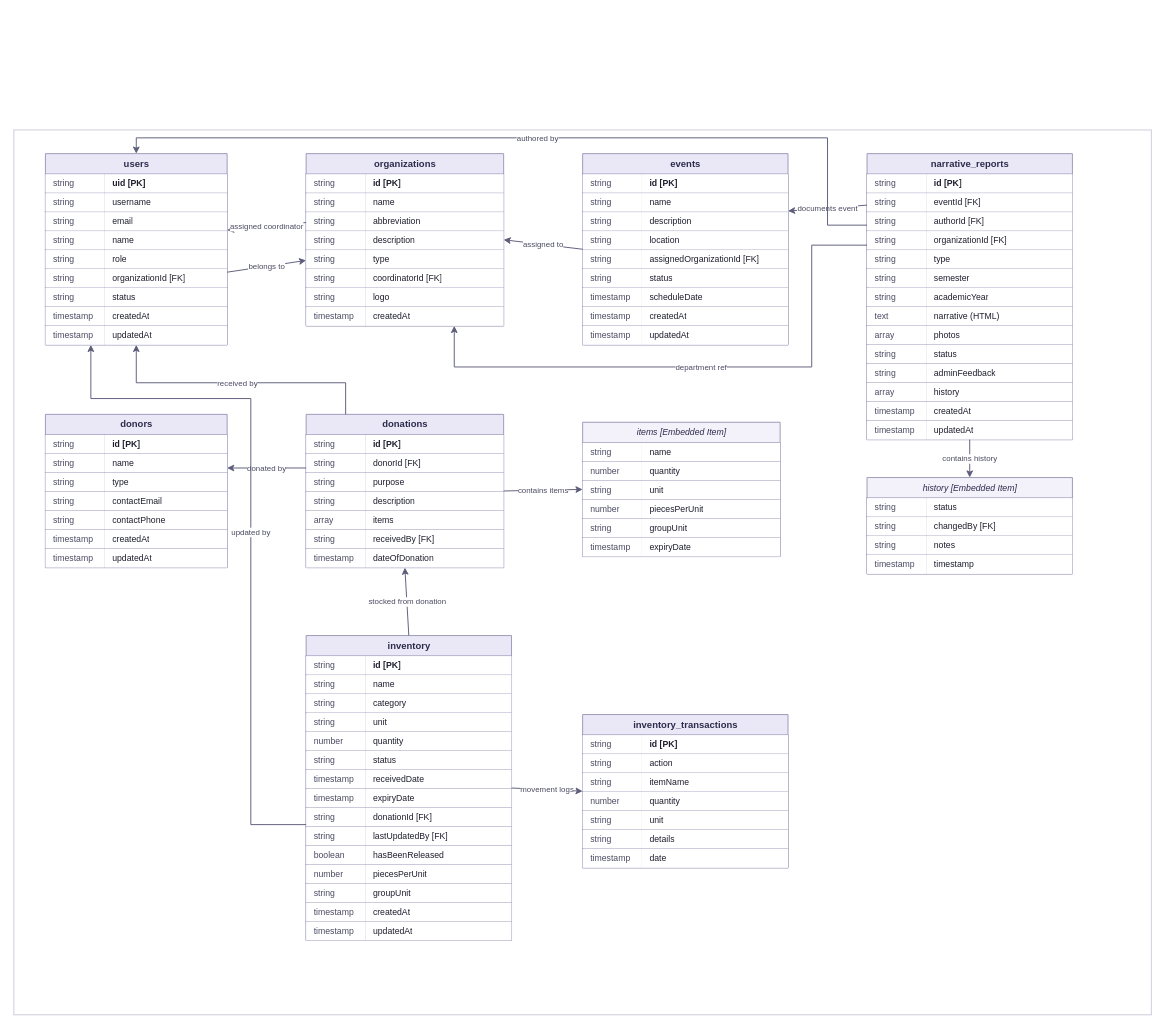
Earlier version of the draw.io diagram drawio/nosql_data_model.drawio (BenidictJustin/DESKTOP-APP). Source tidied: cells renumbered, new cells numbered last; positions are measured from the earlier drawing's top-left corner, leaving out a move shared by most shapes. Both pictures are drawn from the tidied source at 79%, with x=0, y=0 at pixel (13, 130).
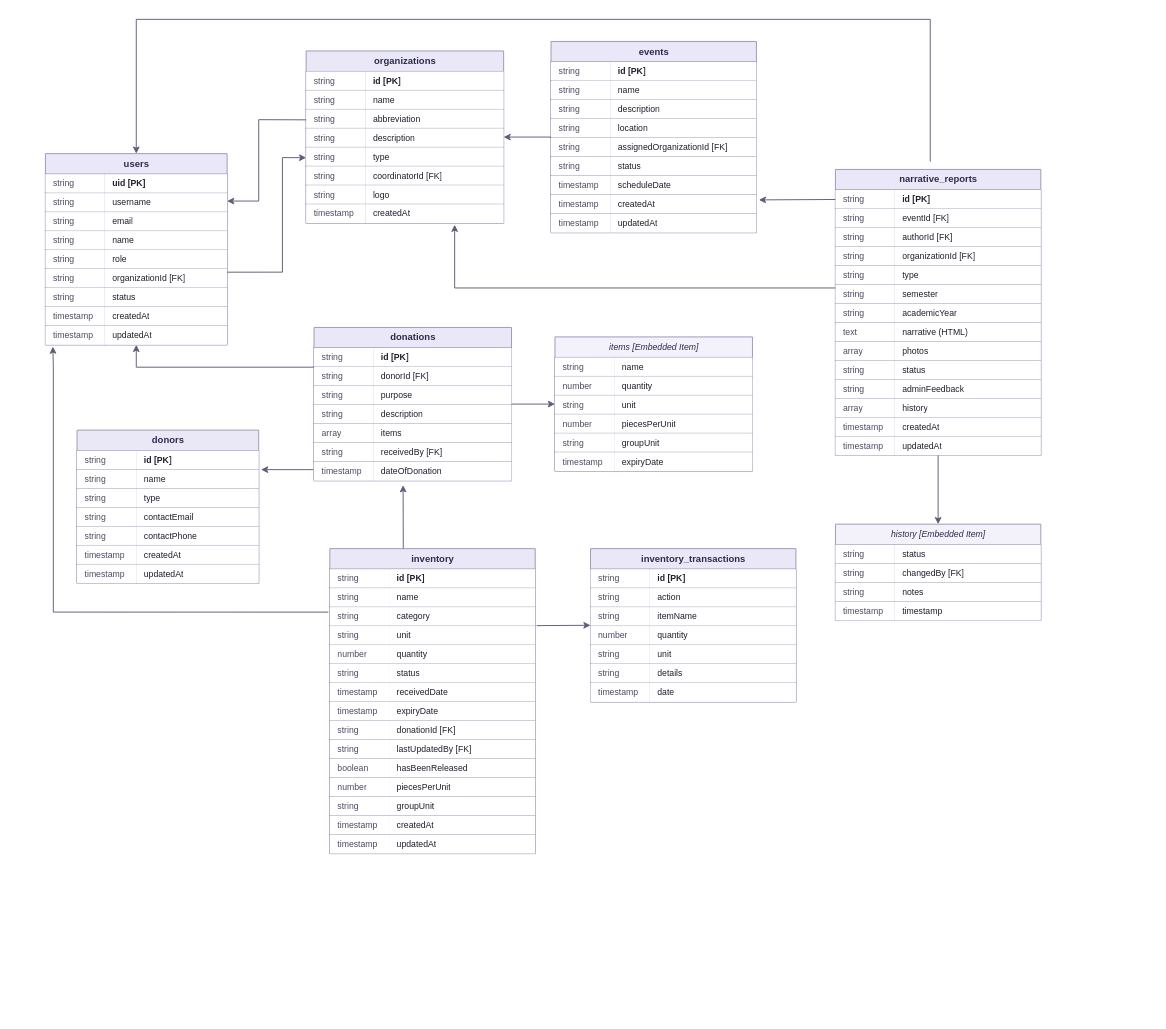
Above is the later version.

The change refers to these unchanged cells:
```xml
<mxCell id="3" value="users" style="shape=table;startSize=26;childLayout=tableLayout;rowLines=1;fontStyle=1;align=center;html=1;strokeColor=#9998B8;fillColor=#EAE8F7;strokeWidth=1.2;fontSize=12;fontColor=#2C2B4B;fontFamily=Helvetica, Arial, sans-serif;" parent="1" vertex="1">
  <mxGeometry x="40" y="30" width="230" height="242" as="geometry" />
</mxCell>
<mxCell id="28" style="shape=tableRow;horizontal=0;startSize=0;swimlaneHead=0;bubbleStyle=none;fillColor=none;points=[[0,0.5],[1,0.5]];portConstraint=eastwest;strokeColor=inherit;strokeWidth=1;" parent="3" vertex="1">
  <mxGeometry y="218" width="230" height="24" as="geometry" />
</mxCell>
<mxCell id="78" style="shape=tableRow;horizontal=0;startSize=0;swimlaneHead=0;bubbleStyle=none;fillColor=none;points=[[0,0.5],[1,0.5]];portConstraint=eastwest;strokeColor=inherit;strokeWidth=1;" parent="56" vertex="1">
  <mxGeometry y="194" width="260" height="24" as="geometry" />
</mxCell>
<mxCell id="85" style="shape=tableRow;horizontal=0;startSize=0;swimlaneHead=0;bubbleStyle=none;fillColor=none;points=[[0,0.5],[1,0.5]];portConstraint=eastwest;strokeColor=inherit;strokeWidth=1;" parent="84" vertex="1">
  <mxGeometry y="26" width="260" height="24" as="geometry" />
</mxCell>
<mxCell id="166" style="shape=tableRow;horizontal=0;startSize=0;swimlaneHead=0;bubbleStyle=none;fillColor=none;points=[[0,0.5],[1,0.5]];portConstraint=eastwest;strokeColor=inherit;strokeWidth=1;" parent="162" vertex="1">
  <mxGeometry y="50" width="250" height="24" as="geometry" />
</mxCell>
<mxCell id="181" style="shape=tableRow;horizontal=0;startSize=0;swimlaneHead=0;bubbleStyle=none;fillColor=none;points=[[0,0.5],[1,0.5]];portConstraint=eastwest;strokeColor=inherit;strokeWidth=1;" parent="162" vertex="1">
  <mxGeometry y="170" width="250" height="24" as="geometry" />
</mxCell>
<mxCell id="210" style="shape=tableRow;horizontal=0;startSize=0;swimlaneHead=0;bubbleStyle=none;fillColor=none;points=[[0,0.5],[1,0.5]];portConstraint=eastwest;strokeColor=inherit;strokeWidth=1;" parent="203" vertex="1">
  <mxGeometry y="74" width="260" height="24" as="geometry" />
</mxCell>
<mxCell id="213" style="shape=tableRow;horizontal=0;startSize=0;swimlaneHead=0;bubbleStyle=none;fillColor=none;points=[[0,0.5],[1,0.5]];portConstraint=eastwest;strokeColor=inherit;strokeWidth=1;" parent="203" vertex="1">
  <mxGeometry y="98" width="260" height="24" as="geometry" />
</mxCell>
```

What changed in the source:
```diff
@@
-    <mxCell id="2" style="rounded=0;whiteSpace=wrap;html=1;fillColor=#FFFFFF;strokeColor=#D5D5E2;strokeWidth=1.5;" parent="1" vertex="1">
-      <mxGeometry width="1440" height="1120" as="geometry" />
-    </mxCell>
@@
     <mxCell id="31" value="organizations" style="shape=table;startSize=26;childLayout=tableLayout;rowLines=1;fontStyle=1;align=center;html=1;strokeColor=#9998B8;fillColor=#EAE8F7;strokeWidth=1.2;fontSize=12;fontColor=#2C2B4B;fontFamily=Helvetica, Arial, sans-serif;" parent="1" vertex="1">
-      <mxGeometry x="370" y="30" width="250" height="218" as="geometry" />
+      <mxGeometry x="370" y="-100" width="250" height="218" as="geometry" />
     </mxCell>
@@
     <mxCell id="56" value="events" style="shape=table;startSize=26;childLayout=tableLayout;rowLines=1;fontStyle=1;align=center;html=1;strokeColor=#9998B8;fillColor=#EAE8F7;strokeWidth=1.2;fontSize=12;fontColor=#2C2B4B;fontFamily=Helvetica, Arial, sans-serif;" parent="1" vertex="1">
-      <mxGeometry x="720" y="30" width="260" height="242" as="geometry" />
+      <mxGeometry x="680" y="-112" width="260" height="242" as="geometry" />
     </mxCell>
@@
     <mxCell id="84" value="narrative_reports" style="shape=table;startSize=26;childLayout=tableLayout;rowLines=1;fontStyle=1;align=center;html=1;strokeColor=#9998B8;fillColor=#EAE8F7;strokeWidth=1.2;fontSize=12;fontColor=#2C2B4B;fontFamily=Helvetica, Arial, sans-serif;" parent="1" vertex="1">
-      <mxGeometry x="1080" y="30" width="260" height="362" as="geometry" />
+      <mxGeometry x="1040" y="50" width="260" height="362" as="geometry" />
     </mxCell>
@@
     <mxCell id="127" value="history [Embedded Item]" style="shape=table;startSize=26;childLayout=tableLayout;rowLines=1;fontStyle=2;align=center;html=1;strokeColor=#9998B8;fillColor=#F3F1FA;strokeWidth=1.2;fontSize=11;fontColor=#2C2B4B;fontFamily=Helvetica, Arial, sans-serif;" parent="1" vertex="1">
-      <mxGeometry x="1080" y="440" width="260" height="122" as="geometry" />
+      <mxGeometry x="1040" y="499" width="260" height="122" as="geometry" />
     </mxCell>
@@
     <mxCell id="140" value="donors" style="shape=table;startSize=26;childLayout=tableLayout;rowLines=1;fontStyle=1;align=center;html=1;strokeColor=#9998B8;fillColor=#EAE8F7;strokeWidth=1.2;fontSize=12;fontColor=#2C2B4B;fontFamily=Helvetica, Arial, sans-serif;" parent="1" vertex="1">
-      <mxGeometry x="40" y="360" width="230" height="194" as="geometry" />
+      <mxGeometry x="80" y="380" width="230" height="194" as="geometry" />
     </mxCell>
@@
     <mxCell id="162" value="donations" style="shape=table;startSize=26;childLayout=tableLayout;rowLines=1;fontStyle=1;align=center;html=1;strokeColor=#9998B8;fillColor=#EAE8F7;strokeWidth=1.2;fontSize=12;fontColor=#2C2B4B;fontFamily=Helvetica, Arial, sans-serif;" parent="1" vertex="1">
-      <mxGeometry x="370" y="360" width="250" height="194" as="geometry" />
+      <mxGeometry x="380" y="250" width="250" height="194" as="geometry" />
     </mxCell>
@@
     <mxCell id="184" value="items [Embedded Item]" style="shape=table;startSize=26;childLayout=tableLayout;rowLines=1;fontStyle=2;align=center;html=1;strokeColor=#9998B8;fillColor=#F3F1FA;strokeWidth=1.2;fontSize=11;fontColor=#2C2B4B;fontFamily=Helvetica, Arial, sans-serif;" parent="1" vertex="1">
-      <mxGeometry x="720" y="370" width="250" height="170" as="geometry" />
+      <mxGeometry x="685" y="262" width="250" height="170" as="geometry" />
     </mxCell>
@@
     <mxCell id="203" value="inventory" style="shape=table;startSize=26;childLayout=tableLayout;rowLines=1;fontStyle=1;align=center;html=1;strokeColor=#9998B8;fillColor=#EAE8F7;strokeWidth=1.2;fontSize=12;fontColor=#2C2B4B;fontFamily=Helvetica, Arial, sans-serif;" parent="1" vertex="1">
-      <mxGeometry x="370" y="640" width="260" height="386" as="geometry" />
+      <mxGeometry x="400" y="530" width="260" height="386" as="geometry" />
     </mxCell>
@@
     <mxCell id="249" value="inventory_transactions" style="shape=table;startSize=26;childLayout=tableLayout;rowLines=1;fontStyle=1;align=center;html=1;strokeColor=#9998B8;fillColor=#EAE8F7;strokeWidth=1.2;fontSize=12;fontColor=#2C2B4B;fontFamily=Helvetica, Arial, sans-serif;" parent="1" vertex="1">
-      <mxGeometry x="720" y="740" width="260" height="194" as="geometry" />
+      <mxGeometry x="730" y="530" width="260" height="194" as="geometry" />
     </mxCell>
@@
-    <mxCell id="271" value="belongs to" style="endArrow=classic;html=1;strokeWidth=1.2;strokeColor=#5C5C7A;rounded=0;endFill=1;fontSize=10;fontColor=#4A4A62;exitX=1;exitY=0.62;exitDx=0;exitDy=0;entryX=0;entryY=0.62;entryDx=0;entryDy=0;" parent="1" edge="1" source="3" target="31">
-      <mxGeometry relative="1" as="geometry" />
+    <mxCell id="271" style="endArrow=classic;html=1;strokeWidth=1.2;strokeColor=#5C5C7A;rounded=0;endFill=1;fontSize=10;fontColor=#4A4A62;exitX=1;exitY=0.62;exitDx=0;exitDy=0;entryX=0;entryY=0.62;entryDx=0;entryDy=0;" parent="1" edge="1" source="3" target="31">
+      <mxGeometry relative="1" as="geometry">
+        <Array as="points">
+          <mxPoint x="340" y="180" />
+          <mxPoint x="340" y="35" />
+        </Array>
+      </mxGeometry>
     </mxCell>
-    <mxCell id="272" value="assigned coordinator" style="endArrow=classic;html=1;strokeWidth=1.2;strokeColor=#5C5C7A;rounded=0;endFill=1;fontSize=10;fontColor=#4A4A62;exitX=0;exitY=0.4;exitDx=0;exitDy=0;entryX=1;entryY=0.4;entryDx=0;entryDy=0;" parent="1" edge="1" source="31" target="3">
-      <mxGeometry relative="1" as="geometry" />
+    <mxCell id="272" style="endArrow=classic;html=1;strokeWidth=1.2;strokeColor=#5C5C7A;rounded=0;endFill=1;fontSize=10;fontColor=#4A4A62;exitX=0;exitY=0.4;exitDx=0;exitDy=0;" parent="1" edge="1" source="31">
+      <mxGeometry relative="1" as="geometry">
+        <mxPoint x="270" y="90" as="targetPoint" />
+        <Array as="points">
+          <mxPoint x="310" y="-13" />
+          <mxPoint x="310" y="90" />
+        </Array>
+      </mxGeometry>
     </mxCell>
-    <mxCell id="273" value="assigned to" style="endArrow=classic;html=1;strokeWidth=1.2;strokeColor=#5C5C7A;rounded=0;endFill=1;fontSize=10;fontColor=#4A4A62;exitX=0;exitY=0.5;exitDx=0;exitDy=0;entryX=1;entryY=0.5;entryDx=0;entryDy=0;" parent="1" edge="1" source="56" target="31">
+    <mxCell id="273" style="endArrow=classic;html=1;strokeWidth=1.2;strokeColor=#5C5C7A;rounded=0;endFill=1;fontSize=10;fontColor=#4A4A62;exitX=0;exitY=0.5;exitDx=0;exitDy=0;entryX=1;entryY=0.5;entryDx=0;entryDy=0;" parent="1" edge="1" source="56" target="31">
       <mxGeometry relative="1" as="geometry" />
     </mxCell>
-    <mxCell id="274" value="documents event" style="endArrow=classic;html=1;strokeWidth=1.2;strokeColor=#5C5C7A;rounded=0;endFill=1;fontSize=10;fontColor=#4A4A62;exitX=0;exitY=0.18;exitDx=0;exitDy=0;entryX=1;entryY=0.3;entryDx=0;entryDy=0;" parent="1" edge="1" source="84" target="56">
+    <mxCell id="274" style="endArrow=classic;html=1;strokeWidth=1.2;strokeColor=#5C5C7A;rounded=0;endFill=1;fontSize=10;fontColor=#4A4A62;exitX=0;exitY=0.5;exitDx=0;exitDy=0;entryX=1.012;entryY=0.272;entryDx=0;entryDy=0;entryPerimeter=0;" parent="1" edge="1" source="85" target="78">
       <mxGeometry relative="1" as="geometry" />
     </mxCell>
-    <mxCell id="275" value="authored by" style="endArrow=classic;html=1;strokeWidth=1.2;strokeColor=#5C5C7A;rounded=0;endFill=1;fontSize=10;fontColor=#4A4A62;exitX=0;exitY=0.25;exitDx=0;exitDy=0;entryX=0.5;entryY=0;entryDx=0;entryDy=0;edgeStyle=orthogonalEdgeStyle;" parent="1" edge="1" source="84" target="3">
+    <mxCell id="275" style="endArrow=classic;html=1;strokeWidth=1.2;strokeColor=#5C5C7A;rounded=0;endFill=1;fontSize=10;fontColor=#4A4A62;entryX=0.5;entryY=0;entryDx=0;entryDy=0;edgeStyle=orthogonalEdgeStyle;" parent="1" edge="1" target="3">
       <mxGeometry relative="1" as="geometry">
+        <mxPoint x="1160" y="40" as="sourcePoint" />
         <Array as="points">
-          <mxPoint x="1030" y="121" />
-          <mxPoint x="1030" y="10" />
-          <mxPoint x="155" y="10" />
+          <mxPoint x="1160" y="-140" />
+          <mxPoint x="155" y="-140" />
         </Array>
       </mxGeometry>
     </mxCell>
-    <mxCell id="276" value="department ref" style="endArrow=classic;html=1;strokeWidth=1.2;strokeColor=#5C5C7A;rounded=0;endFill=1;fontSize=10;fontColor=#4A4A62;exitX=0;exitY=0.32;exitDx=0;exitDy=0;entryX=0.75;entryY=1;entryDx=0;entryDy=0;edgeStyle=orthogonalEdgeStyle;" parent="1" edge="1" source="84" target="31">
+    <mxCell id="276" style="endArrow=classic;html=1;strokeWidth=1.2;strokeColor=#5C5C7A;rounded=0;endFill=1;fontSize=10;fontColor=#4A4A62;edgeStyle=orthogonalEdgeStyle;" parent="1" edge="1">
       <mxGeometry relative="1" as="geometry">
+        <mxPoint x="1040" y="200" as="sourcePoint" />
+        <mxPoint x="558" y="120" as="targetPoint" />
         <Array as="points">
-          <mxPoint x="1010" y="146" />
-          <mxPoint x="1010" y="300" />
-          <mxPoint x="558" y="300" />
+          <mxPoint x="970" y="200" />
+          <mxPoint x="558" y="200" />
         </Array>
       </mxGeometry>
     </mxCell>
-    <mxCell id="277" value="contains history" style="endArrow=classic;html=1;strokeWidth=1.2;strokeColor=#5C5C7A;rounded=0;endFill=1;fontSize=10;fontColor=#4A4A62;exitX=0.5;exitY=1;exitDx=0;exitDy=0;entryX=0.5;entryY=0;entryDx=0;entryDy=0;" parent="1" edge="1" source="84" target="127">
+    <mxCell id="277" style="endArrow=classic;html=1;strokeWidth=1.2;strokeColor=#5C5C7A;rounded=0;endFill=1;fontSize=10;fontColor=#4A4A62;exitX=0.5;exitY=1;exitDx=0;exitDy=0;entryX=0.5;entryY=0;entryDx=0;entryDy=0;" parent="1" edge="1" source="84" target="127">
       <mxGeometry relative="1" as="geometry" />
     </mxCell>
-    <mxCell id="278" value="donated by" style="endArrow=classic;html=1;strokeWidth=1.2;strokeColor=#5C5C7A;rounded=0;endFill=1;fontSize=10;fontColor=#4A4A62;exitX=0;exitY=0.35;exitDx=0;exitDy=0;entryX=1;entryY=0.35;entryDx=0;entryDy=0;" parent="1" edge="1" source="162" target="140">
-      <mxGeometry relative="1" as="geometry" />
+    <mxCell id="278" style="endArrow=classic;html=1;strokeWidth=1.2;strokeColor=#5C5C7A;rounded=0;endFill=1;fontSize=10;fontColor=#4A4A62;" parent="1" edge="1">
+      <mxGeometry relative="1" as="geometry">
+        <mxPoint x="379" y="430" as="sourcePoint" />
+        <mxPoint x="313" y="430" as="targetPoint" />
+      </mxGeometry>
     </mxCell>
-    <mxCell id="279" value="received by" style="endArrow=classic;html=1;strokeWidth=1.2;strokeColor=#5C5C7A;rounded=0;endFill=1;fontSize=10;fontColor=#4A4A62;exitX=0.2;exitY=0;exitDx=0;exitDy=0;entryX=0.5;entryY=1;entryDx=0;entryDy=0;edgeStyle=orthogonalEdgeStyle;" parent="1" edge="1" source="162" target="3">
+    <mxCell id="279" style="endArrow=classic;html=1;strokeWidth=1.2;strokeColor=#5C5C7A;rounded=0;endFill=1;fontSize=10;fontColor=#4A4A62;entryX=0.5;entryY=1;entryDx=0;entryDy=0;edgeStyle=orthogonalEdgeStyle;exitX=-0.001;exitY=0.013;exitDx=0;exitDy=0;exitPerimeter=0;" parent="1" edge="1" source="166" target="3">
       <mxGeometry relative="1" as="geometry">
         <Array as="points">
-          <mxPoint x="420" y="320" />
-          <mxPoint x="155" y="320" />
+          <mxPoint x="155" y="300" />
         </Array>
       </mxGeometry>
     </mxCell>
-    <mxCell id="280" value="contains items" style="endArrow=classic;html=1;strokeWidth=1.2;strokeColor=#5C5C7A;rounded=0;endFill=1;fontSize=10;fontColor=#4A4A62;exitX=1;exitY=0.5;exitDx=0;exitDy=0;entryX=0;entryY=0.5;entryDx=0;entryDy=0;" parent="1" edge="1" source="162" target="184">
+    <mxCell id="280" style="endArrow=classic;html=1;strokeWidth=1.2;strokeColor=#5C5C7A;rounded=0;endFill=1;fontSize=10;fontColor=#4A4A62;exitX=1;exitY=0.5;exitDx=0;exitDy=0;entryX=0;entryY=0.5;entryDx=0;entryDy=0;" parent="1" edge="1" source="162" target="184">
       <mxGeometry relative="1" as="geometry" />
     </mxCell>
-    <mxCell id="281" value="stocked from donation" style="endArrow=classic;html=1;strokeWidth=1.2;strokeColor=#5C5C7A;rounded=0;endFill=1;fontSize=10;fontColor=#4A4A62;exitX=0.5;exitY=0;exitDx=0;exitDy=0;entryX=0.5;entryY=1;entryDx=0;entryDy=0;" parent="1" edge="1" source="203" target="162">
-      <mxGeometry relative="1" as="geometry" />
+    <mxCell id="281" style="endArrow=classic;html=1;strokeWidth=1.2;strokeColor=#5C5C7A;rounded=0;endFill=1;fontSize=10;fontColor=#4A4A62;entryX=0.451;entryY=1.234;entryDx=0;entryDy=0;entryPerimeter=0;" parent="1" edge="1" target="181">
+      <mxGeometry relative="1" as="geometry">
+        <mxPoint x="493" y="530" as="sourcePoint" />
+      </mxGeometry>
     </mxCell>
-    <mxCell id="282" value="updated by" style="endArrow=classic;html=1;strokeWidth=1.2;strokeColor=#5C5C7A;rounded=0;endFill=1;fontSize=10;fontColor=#4A4A62;exitX=0;exitY=0.62;exitDx=0;exitDy=0;entryX=0.25;entryY=1;entryDx=0;entryDy=0;edgeStyle=orthogonalEdgeStyle;" parent="1" edge="1" source="203" target="3">
+    <mxCell id="282" style="endArrow=classic;html=1;strokeWidth=1.2;strokeColor=#5C5C7A;rounded=0;endFill=1;fontSize=10;fontColor=#4A4A62;edgeStyle=orthogonalEdgeStyle;exitX=-0.007;exitY=0.264;exitDx=0;exitDy=0;exitPerimeter=0;entryX=0.041;entryY=1.093;entryDx=0;entryDy=0;entryPerimeter=0;" parent="1" edge="1" source="210" target="28">
       <mxGeometry relative="1" as="geometry">
         <Array as="points">
-          <mxPoint x="300" y="880" />
-          <mxPoint x="300" y="340" />
-          <mxPoint x="98" y="340" />
+          <mxPoint x="50" y="610" />
+          <mxPoint x="50" y="300" />
+          <mxPoint x="49" y="300" />
         </Array>
       </mxGeometry>
     </mxCell>
-    <mxCell id="283" value="movement logs" style="endArrow=classic;html=1;strokeWidth=1.2;strokeColor=#5C5C7A;rounded=0;endFill=1;fontSize=10;fontColor=#4A4A62;exitX=1;exitY=0.5;exitDx=0;exitDy=0;entryX=0;entryY=0.5;entryDx=0;entryDy=0;" parent="1" edge="1" source="203" target="249">
+    <mxCell id="283" style="endArrow=classic;html=1;strokeWidth=1.2;strokeColor=#5C5C7A;rounded=0;endFill=1;fontSize=10;fontColor=#4A4A62;exitX=1.007;exitY=-0.024;exitDx=0;exitDy=0;entryX=0;entryY=0.5;entryDx=0;entryDy=0;exitPerimeter=0;" parent="1" edge="1" source="213" target="249">
       <mxGeometry relative="1" as="geometry" />
     </mxCell>
```
